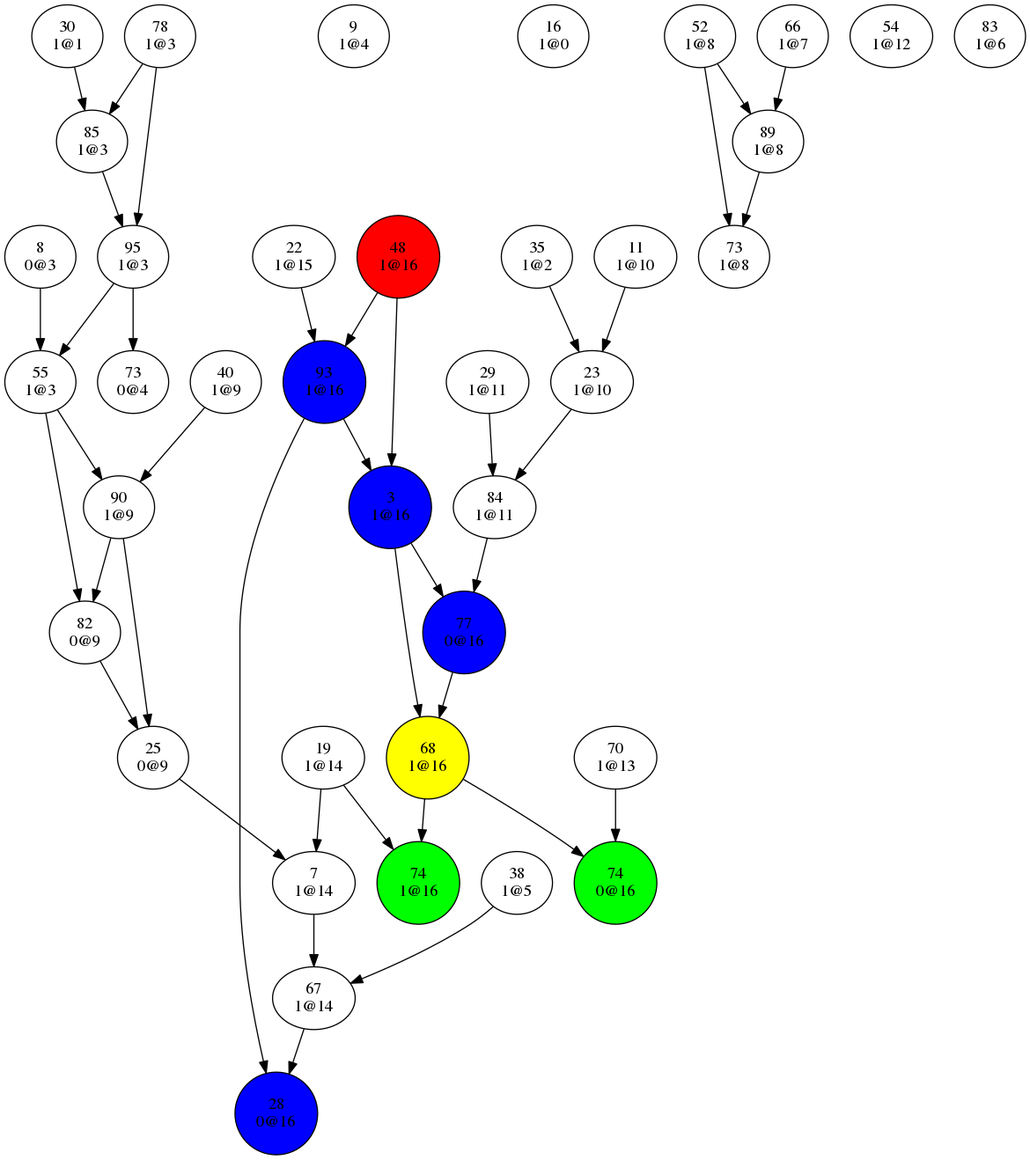
Above: dev/bin/conflictGraph2.png in Oxmose/SATSolver (Graphviz), before the change. Its source is kept beside it as dev/bin/conflictGraph2.dot.
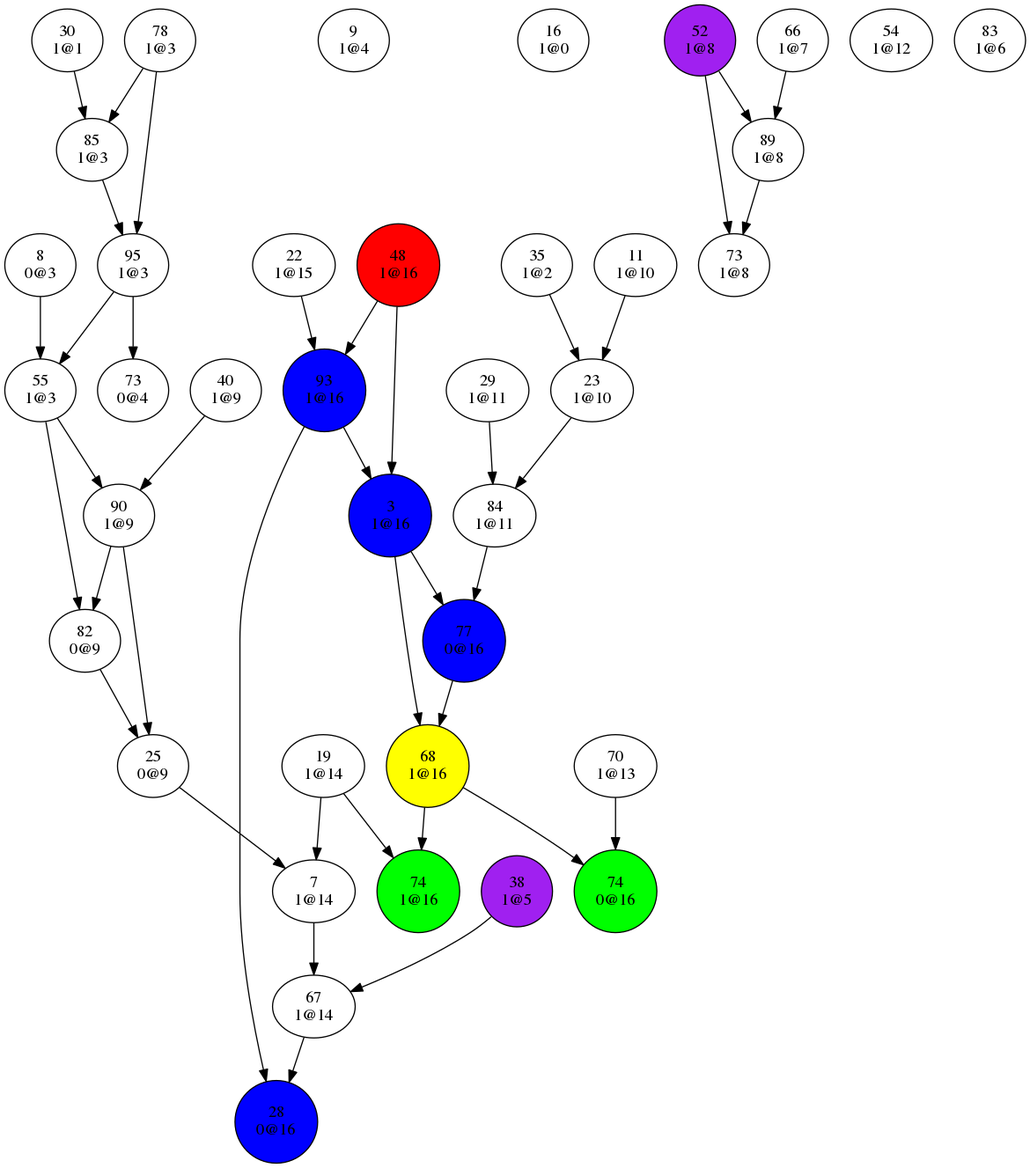
After the change.

The edit, as a diff of the source:
```diff
@@ -136,8 +136,12 @@
 1@16"[shape=circle, style=filled, fillcolor=blue];
 "28
 0@16"[shape=circle, style=filled, fillcolor=blue];
+"38
+1@5"[shape=circle, style=filled, fillcolor=purple];
 "48
 1@16"[shape=circle, style=filled, fillcolor=red];
+"52
+1@8"[shape=circle, style=filled, fillcolor=purple];
 "68
 1@16"[shape=circle, style=filled, fillcolor=yellow];
 "74
```
